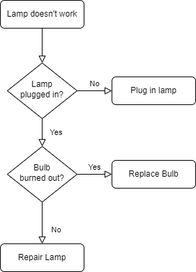
Sameer138/M1_Billing-Management-system keeps this draw.io diagram as 2_Architecture/Flowchart.drawio.png. Above is the earlier version. Source tidied: cells renumbered, new cells last; positions are measured from the earlier drawing's top-left corner, leaving out a move shared by most shapes.
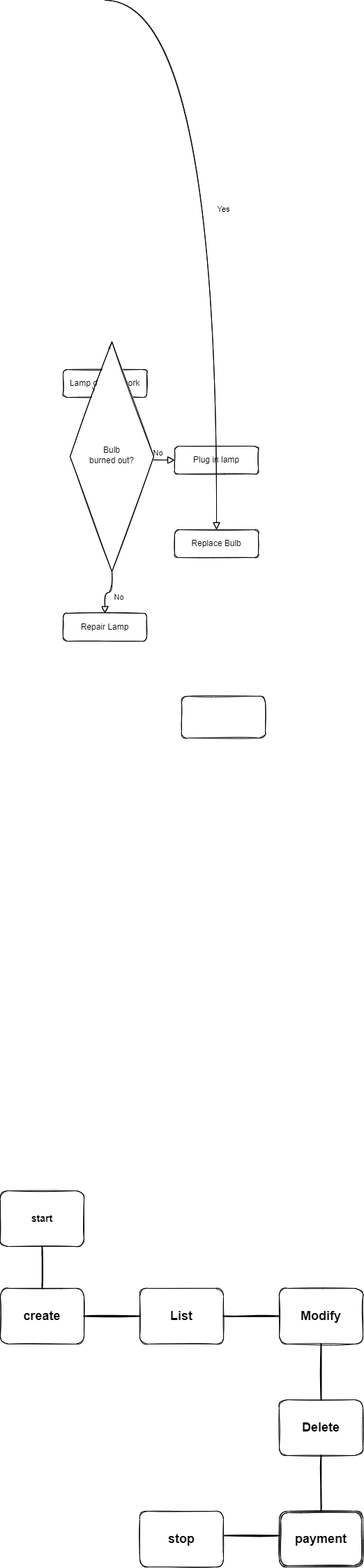
Later version of the same file.

Diff of the diagram source:
```diff
@@ -2,38 +2,82 @@
   <root>
     <mxCell id="0" />
     <mxCell id="1" parent="0" />
-    <mxCell id="2" style="rounded=0;html=1;jettySize=auto;fontSize=11;endArrow=block;endFill=0;endSize=8;strokeWidth=1;shadow=0;labelBackgroundColor=none;edgeStyle=orthogonalEdgeStyle;" parent="1" edge="1" source="3" target="6">
+    <mxCell id="2" style="rounded=0;html=1;jettySize=auto;fontSize=11;endArrow=block;endFill=0;endSize=8;strokeWidth=1;shadow=0;labelBackgroundColor=none;edgeStyle=orthogonalEdgeStyle;sketch=1;curved=1;" parent="1" edge="1" source="3" target="6">
       <mxGeometry relative="1" as="geometry" />
     </mxCell>
-    <mxCell id="3" value="Lamp doesn't work" style="rounded=1;whiteSpace=wrap;html=1;fontSize=12;glass=0;strokeWidth=1;shadow=0;" parent="1" vertex="1">
+    <mxCell id="3" value="Lamp doesn't work" style="rounded=1;whiteSpace=wrap;html=1;fontSize=12;glass=0;strokeWidth=1;shadow=0;sketch=1;" parent="1" vertex="1">
       <mxGeometry width="120" height="40" as="geometry" />
     </mxCell>
-    <mxCell id="4" value="Yes" style="rounded=0;html=1;jettySize=auto;fontSize=11;endArrow=block;endFill=0;endSize=8;strokeWidth=1;shadow=0;labelBackgroundColor=none;edgeStyle=orthogonalEdgeStyle;" parent="1" edge="1" source="6" target="10">
+    <mxCell id="4" value="Yes" style="rounded=0;html=1;jettySize=auto;fontSize=11;endArrow=block;endFill=0;endSize=8;strokeWidth=1;shadow=0;labelBackgroundColor=none;edgeStyle=orthogonalEdgeStyle;sketch=1;curved=1;" parent="1" edge="1" source="6" target="10">
       <mxGeometry y="20" relative="1" as="geometry" />
     </mxCell>
-    <mxCell id="5" value="No" style="edgeStyle=orthogonalEdgeStyle;rounded=0;html=1;jettySize=auto;fontSize=11;endArrow=block;endFill=0;endSize=8;strokeWidth=1;shadow=0;labelBackgroundColor=none;" parent="1" edge="1" source="6" target="7">
+    <mxCell id="5" value="No" style="edgeStyle=orthogonalEdgeStyle;rounded=0;html=1;jettySize=auto;fontSize=11;endArrow=block;endFill=0;endSize=8;strokeWidth=1;shadow=0;labelBackgroundColor=none;sketch=1;curved=1;" parent="1" edge="1" source="6" target="7">
       <mxGeometry y="10" relative="1" as="geometry" />
     </mxCell>
-    <mxCell id="6" value="Lamp&lt;br&gt;plugged in?" style="rhombus;whiteSpace=wrap;html=1;shadow=0;fontFamily=Helvetica;fontSize=12;align=center;strokeWidth=1;spacing=6;spacingTop=-4;" parent="1" vertex="1">
+    <mxCell id="6" value="Lamp&lt;br&gt;plugged in?" style="rhombus;whiteSpace=wrap;html=1;shadow=0;fontFamily=Helvetica;fontSize=12;align=center;strokeWidth=1;spacing=6;spacingTop=-4;sketch=1;" parent="1" vertex="1">
       <mxGeometry x="10" y="90" width="100" height="80" as="geometry" />
     </mxCell>
-    <mxCell id="7" value="Plug in lamp" style="rounded=1;whiteSpace=wrap;html=1;fontSize=12;glass=0;strokeWidth=1;shadow=0;" parent="1" vertex="1">
+    <mxCell id="7" value="Plug in lamp" style="rounded=1;whiteSpace=wrap;html=1;fontSize=12;glass=0;strokeWidth=1;shadow=0;sketch=1;" parent="1" vertex="1">
       <mxGeometry x="160" y="110" width="120" height="40" as="geometry" />
     </mxCell>
-    <mxCell id="8" value="No" style="rounded=0;html=1;jettySize=auto;fontSize=11;endArrow=block;endFill=0;endSize=8;strokeWidth=1;shadow=0;labelBackgroundColor=none;edgeStyle=orthogonalEdgeStyle;" parent="1" edge="1" source="10" target="11">
+    <mxCell id="8" value="No" style="rounded=0;html=1;jettySize=auto;fontSize=11;endArrow=block;endFill=0;endSize=8;strokeWidth=1;shadow=0;labelBackgroundColor=none;edgeStyle=orthogonalEdgeStyle;sketch=1;curved=1;" parent="1" edge="1" source="10" target="11">
       <mxGeometry x="0.33" y="20" relative="1" as="geometry" />
     </mxCell>
-    <mxCell id="9" value="Yes" style="edgeStyle=orthogonalEdgeStyle;rounded=0;html=1;jettySize=auto;fontSize=11;endArrow=block;endFill=0;endSize=8;strokeWidth=1;shadow=0;labelBackgroundColor=none;" parent="1" edge="1" source="10" target="12">
-      <mxGeometry y="10" relative="1" as="geometry" />
+    <mxCell id="9" value="Yes" style="edgeStyle=orthogonalEdgeStyle;rounded=0;html=1;jettySize=auto;fontSize=11;endArrow=block;endFill=0;endSize=8;strokeWidth=1;shadow=0;labelBackgroundColor=none;sketch=1;curved=1;" parent="1" edge="1" target="12">
+      <mxGeometry y="10" relative="1" as="geometry">
+        <mxPoint x="60" y="-530" as="sourcePoint" />
+      </mxGeometry>
     </mxCell>
-    <mxCell id="10" value="Bulb&lt;br&gt;burned out?" style="rhombus;whiteSpace=wrap;html=1;shadow=0;fontFamily=Helvetica;fontSize=12;align=center;strokeWidth=1;spacing=6;spacingTop=-4;" parent="1" vertex="1">
-      <mxGeometry x="10" y="210" width="100" height="80" as="geometry" />
+    <mxCell id="10" value="Bulb&lt;br&gt;burned out?" style="rhombus;whiteSpace=wrap;html=1;shadow=0;fontFamily=Helvetica;fontSize=12;align=center;strokeWidth=1;spacing=6;spacingTop=-4;sketch=1;" parent="1" vertex="1">
+      <mxGeometry x="10" y="-40" width="120" height="330" as="geometry" />
     </mxCell>
-    <mxCell id="11" value="Repair Lamp" style="rounded=1;whiteSpace=wrap;html=1;fontSize=12;glass=0;strokeWidth=1;shadow=0;" parent="1" vertex="1">
+    <mxCell id="11" value="Repair Lamp" style="rounded=1;whiteSpace=wrap;html=1;fontSize=12;glass=0;strokeWidth=1;shadow=0;sketch=1;" parent="1" vertex="1">
       <mxGeometry y="350" width="120" height="40" as="geometry" />
     </mxCell>
-    <mxCell id="12" value="Replace Bulb" style="rounded=1;whiteSpace=wrap;html=1;fontSize=12;glass=0;strokeWidth=1;shadow=0;" parent="1" vertex="1">
+    <mxCell id="12" value="Replace Bulb" style="rounded=1;whiteSpace=wrap;html=1;fontSize=12;glass=0;strokeWidth=1;shadow=0;sketch=1;" parent="1" vertex="1">
       <mxGeometry x="160" y="230" width="120" height="40" as="geometry" />
     </mxCell>
+    <mxCell id="13" style="rounded=1;whiteSpace=wrap;html=1;sketch=1;" parent="1" vertex="1">
+      <mxGeometry x="170" y="469" width="120" height="60" as="geometry" />
+    </mxCell>
+    <mxCell id="14" value="&lt;h3&gt;start&lt;/h3&gt;" style="rounded=1;whiteSpace=wrap;html=1;sketch=1;" parent="1" vertex="1">
+      <mxGeometry x="-90" y="1179" width="120" height="80" as="geometry" />
+    </mxCell>
+    <mxCell id="15" value="&lt;h2&gt;create&lt;/h2&gt;" style="rounded=1;whiteSpace=wrap;html=1;sketch=1;" parent="1" vertex="1">
+      <mxGeometry x="-90" y="1319" width="120" height="80" as="geometry" />
+    </mxCell>
+    <mxCell id="16" value="&lt;h2&gt;List&lt;/h2&gt;" style="rounded=1;whiteSpace=wrap;html=1;sketch=1;" parent="1" vertex="1">
+      <mxGeometry x="110" y="1319" width="120" height="80" as="geometry" />
+    </mxCell>
+    <mxCell id="17" value="&lt;h2&gt;Modify&lt;/h2&gt;" style="rounded=1;whiteSpace=wrap;html=1;sketch=1;" parent="1" vertex="1">
+      <mxGeometry x="310" y="1319" width="120" height="80" as="geometry" />
+    </mxCell>
+    <mxCell id="18" value="&lt;h2&gt;Delete&lt;/h2&gt;" style="rounded=1;whiteSpace=wrap;html=1;sketch=1;" parent="1" vertex="1">
+      <mxGeometry x="310" y="1479" width="120" height="80" as="geometry" />
+    </mxCell>
+    <mxCell id="19" style="line;strokeWidth=2;direction=south;html=1;sketch=1;" parent="1" vertex="1">
+      <mxGeometry x="-35" y="1259" width="10" height="60" as="geometry" />
+    </mxCell>
+    <mxCell id="20" style="line;strokeWidth=2;html=1;sketch=1;" parent="1" vertex="1">
+      <mxGeometry x="230" y="1354" width="80" height="10" as="geometry" />
+    </mxCell>
+    <mxCell id="21" style="line;strokeWidth=2;direction=south;html=1;sketch=1;" parent="1" vertex="1">
+      <mxGeometry x="365" y="1399" width="10" height="80" as="geometry" />
+    </mxCell>
+    <mxCell id="22" style="line;strokeWidth=2;html=1;sketch=1;" parent="1" vertex="1">
+      <mxGeometry x="30" y="1354" width="80" height="10" as="geometry" />
+    </mxCell>
+    <mxCell id="23" style="line;strokeWidth=2;direction=south;html=1;sketch=1;" parent="1" vertex="1">
+      <mxGeometry x="365" y="1559" width="10" height="80" as="geometry" />
+    </mxCell>
+    <mxCell id="24" value="&lt;h2&gt;payment&lt;/h2&gt;" style="shape=ext;double=1;rounded=1;whiteSpace=wrap;html=1;sketch=1;" parent="1" vertex="1">
+      <mxGeometry x="310" y="1639" width="120" height="80" as="geometry" />
+    </mxCell>
+    <mxCell id="25" style="line;strokeWidth=2;html=1;sketch=1;" parent="1" vertex="1">
+      <mxGeometry x="230" y="1669" width="80" height="10" as="geometry" />
+    </mxCell>
+    <mxCell id="26" value="&lt;h2&gt;stop&lt;/h2&gt;" style="rounded=1;whiteSpace=wrap;html=1;sketch=1;" parent="1" vertex="1">
+      <mxGeometry x="110" y="1639" width="120" height="80" as="geometry" />
+    </mxCell>
   </root>
 </mxGraphModel>
```
